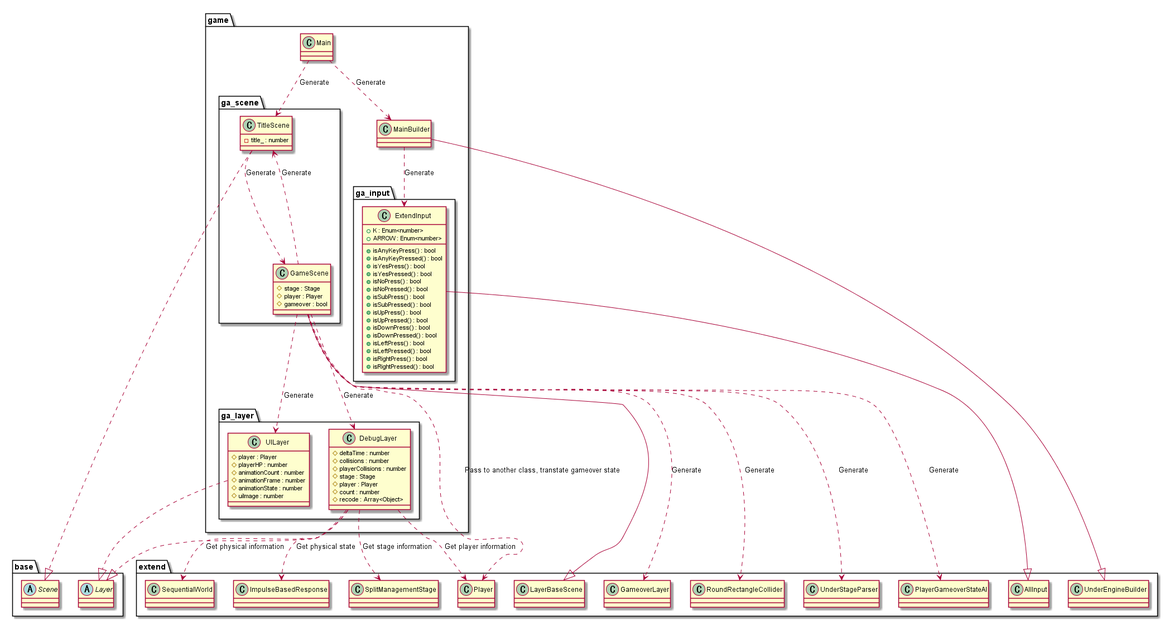
Before: out/uml/gamebase/Game/GameBaseGame.png, a diagram exported from PlantUML (Expine/Under). The source it was exported from:
```plantuml
@startuml GameBaseGame

package game {
    class Main
    class MainBuilder
    package ga_input {
        class ExtendInput {
            +K : Enum<number>
            +ARROW : Enum<number>
            +isAnyKeyPress() : bool
            +isAnyKeyPressed() : bool
            +isYesPress() : bool
            +isYesPressed() : bool
            +isNoPress() : bool
            +isNoPressed() : bool
            +isSubPress() : bool
            +isSubPressed() : bool
            +isUpPress() : bool
            +isUpPressed() : bool
            +isDownPress() : bool
            +isDownPressed() : bool
            +isLeftPress() : bool
            +isLeftPressed() : bool
            +isRightPress() : bool
            +isRightPressed() : bool
        }
    }
    package ga_layer {
        class DebugLayer {
            #deltaTime : number
            #collisions : number
            #playerCollisions : number
            #stage : Stage
            #player : Player
            #count : number
            #recode : Array<Object>
        }
        class UILayer {
            #player : Player
            #playerHP : number
            #animationCount : number
            #animationFrame : number
            #animationState : number
            #uiImage : number
        }
    }
    package ga_scene {
        class TitleScene {
            -title_ : number
        }
        class GameScene {
            #stage : Stage
            #player : Player
            #gameover : bool
        }
    }
}

package base {
    abstract Scene
    abstract Layer
}

package extend {
    class UnderEngineBuilder
    class LayerBaseScene
    class GameoverLayer
    class AllInput
    class Player
    class PlayerGameoverStateAI
    class RoundRectangleCollider
    class UnderStageParser
    class ImpulseBasedResponse
    class SplitManagementStage
    class SequentialWorld
}

Main ..> MainBuilder : Generate
Main ..> TitleScene : Generate
MainBuilder ..> ExtendInput : Generate

TitleScene ..> GameScene : Generate
GameScene ..> UnderStageParser : Generate
GameScene ..> DebugLayer : Generate
GameScene ..> UILayer : Generate
GameScene ..> GameoverLayer : Generate
GameScene ..> Player : Pass to another class, transtate gameover state
GameScene ..> PlayerGameoverStateAI : Generate
GameScene ..> RoundRectangleCollider : Generate
GameScene ..> TitleScene : Generate

DebugLayer ..> Player : Get player information
DebugLayer ..> ImpulseBasedResponse : Get physical state
DebugLayer ..> SplitManagementStage : Get stage information
DebugLayer ..> SequentialWorld : Get physical information

MainBuilder --|> UnderEngineBuilder
ExtendInput --|> AllInput
TitleScene ..|> Scene
GameScene --|> LayerBaseScene
DebugLayer ..|> Layer
UILayer ..|> Layer

@enduml
```
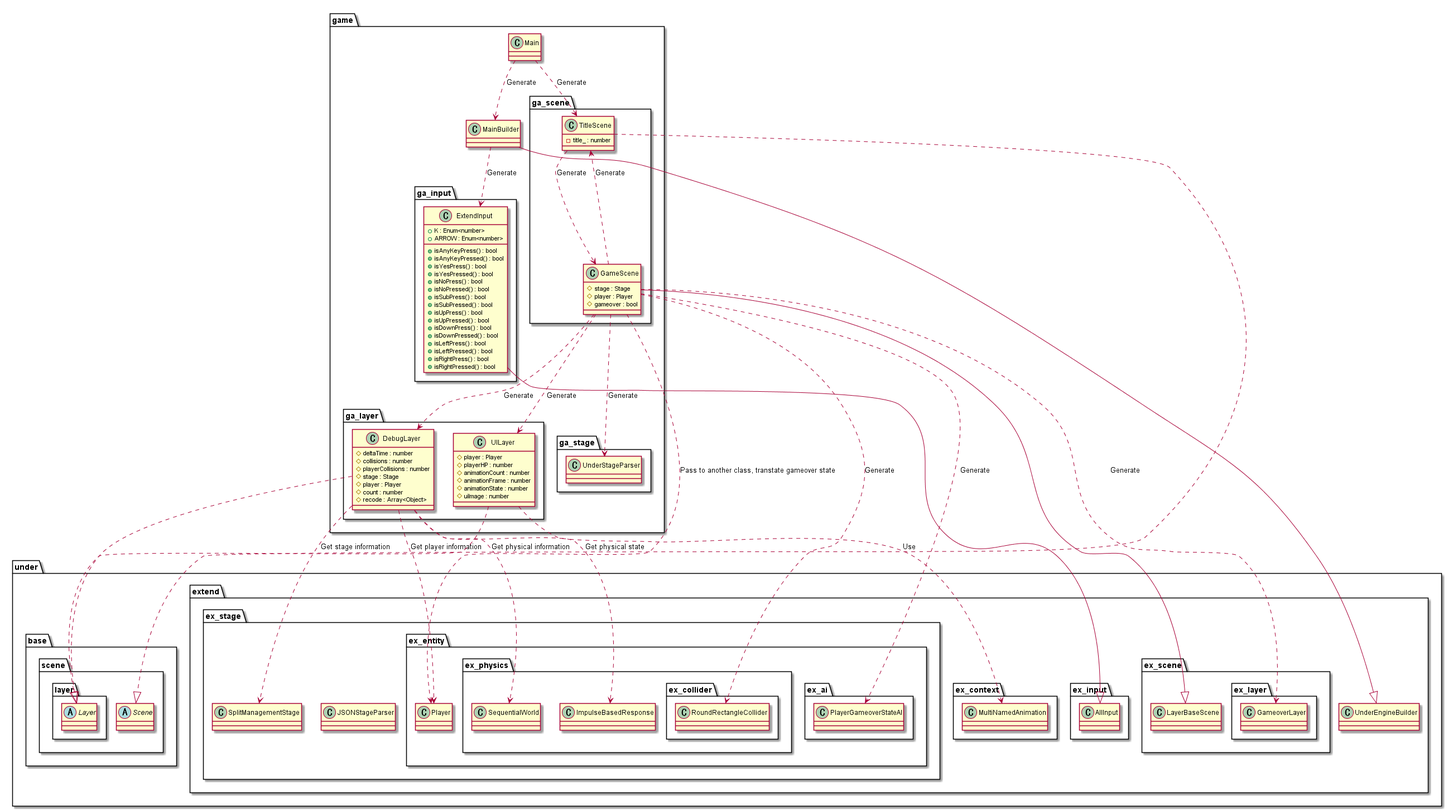
The same file after the commit.

Diff of the diagram source:
```diff
@@ -56,24 +56,57 @@
     }
 }
 
-package base {
-    abstract Scene
-    abstract Layer
+package under {
+    package base {
+        package scene {
+            abstract Scene
+            package layer {
+                abstract Layer
+            }
+        }
+    }
+
+    package extend {
+        class UnderEngineBuilder
+        package ex_context {
+            class MultiNamedAnimation
+        }
+        package ex_scene {
+            class LayerBaseScene
+            package ex_layer {
+                class GameoverLayer
+            }
+        }
+        package ex_input {
+            class AllInput
+        }
+        package ex_stage {
+            class JSONStageParser
+            class SplitManagementStage
+            package ex_entity {
+                class Player
+                package ex_ai {
+                    class PlayerGameoverStateAI
+
+                }
+                package ex_physics {
+                    class SequentialWorld
+                    class ImpulseBasedResponse
+                    package ex_collider {
+                        class RoundRectangleCollider
+                    }
+                }
+            }
+        }
+    }
 }
 
-package extend {
-    class UnderEngineBuilder
-    class LayerBaseScene
-    class GameoverLayer
-    class AllInput
-    class Player
-    class PlayerGameoverStateAI
-    class RoundRectangleCollider
-    class UnderStageParser
-    class ImpulseBasedResponse
-    class SplitManagementStage
-    class SequentialWorld
+package game {
+    package ga_stage {
+        class UnderStageParser
+    }
 }
+
 
 Main ..> MainBuilder : Generate
 Main ..> TitleScene : Generate
@@ -94,6 +127,8 @@
 DebugLayer ..> SplitManagementStage : Get stage information
 DebugLayer ..> SequentialWorld : Get physical information
 
+UILayer ..> MultiNamedAnimation : Use
+
 MainBuilder --|> UnderEngineBuilder
 ExtendInput --|> AllInput
 TitleScene ..|> Scene
```
